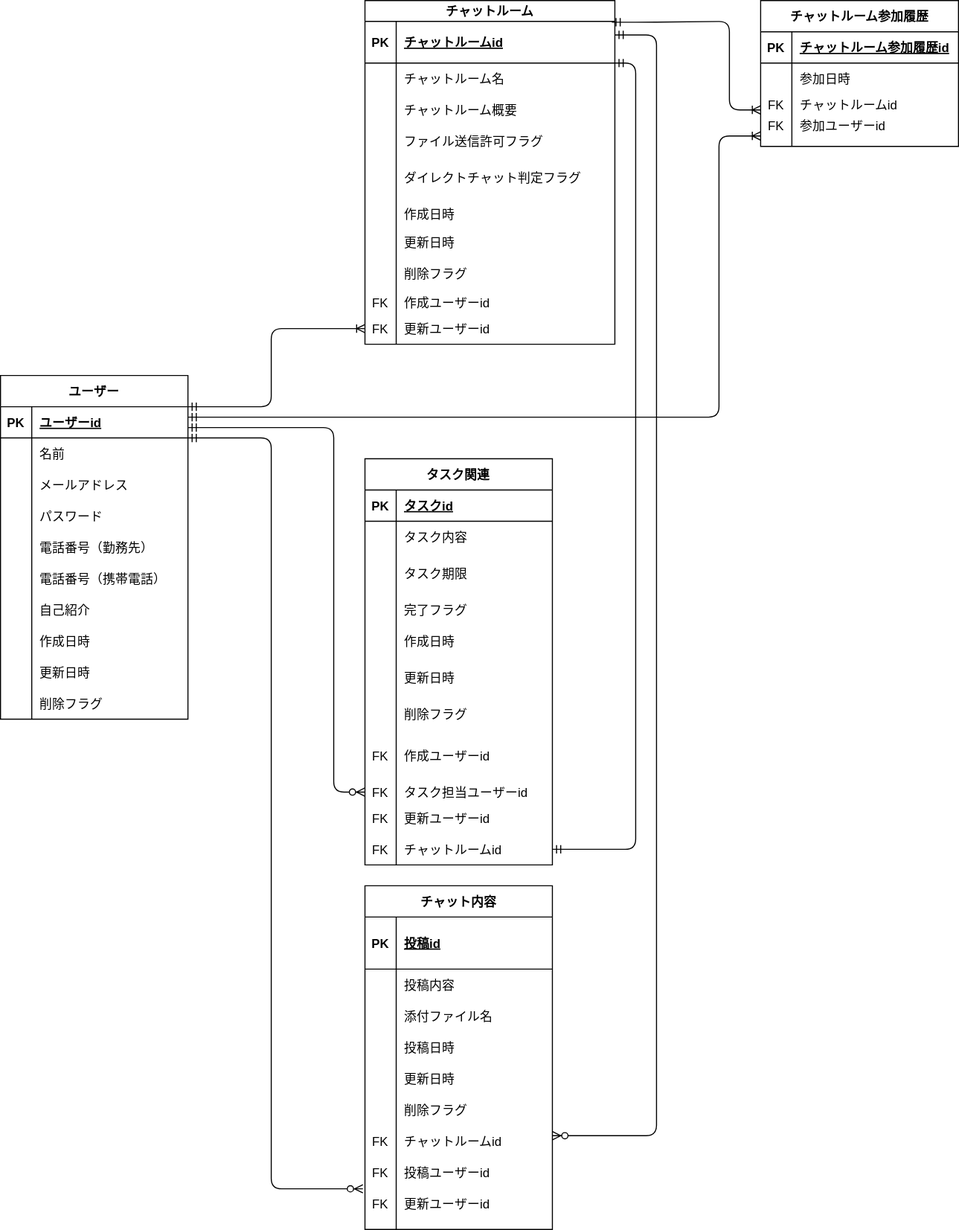
Before: db/db-challenge1/ERDiagram.drawio.svg, a diagram exported from draw.io (giyana/codegym-db). Source tidied: cells renumbered, new cells last; positions are measured from the earlier drawing's top-left corner, leaving out a move shared by most shapes.
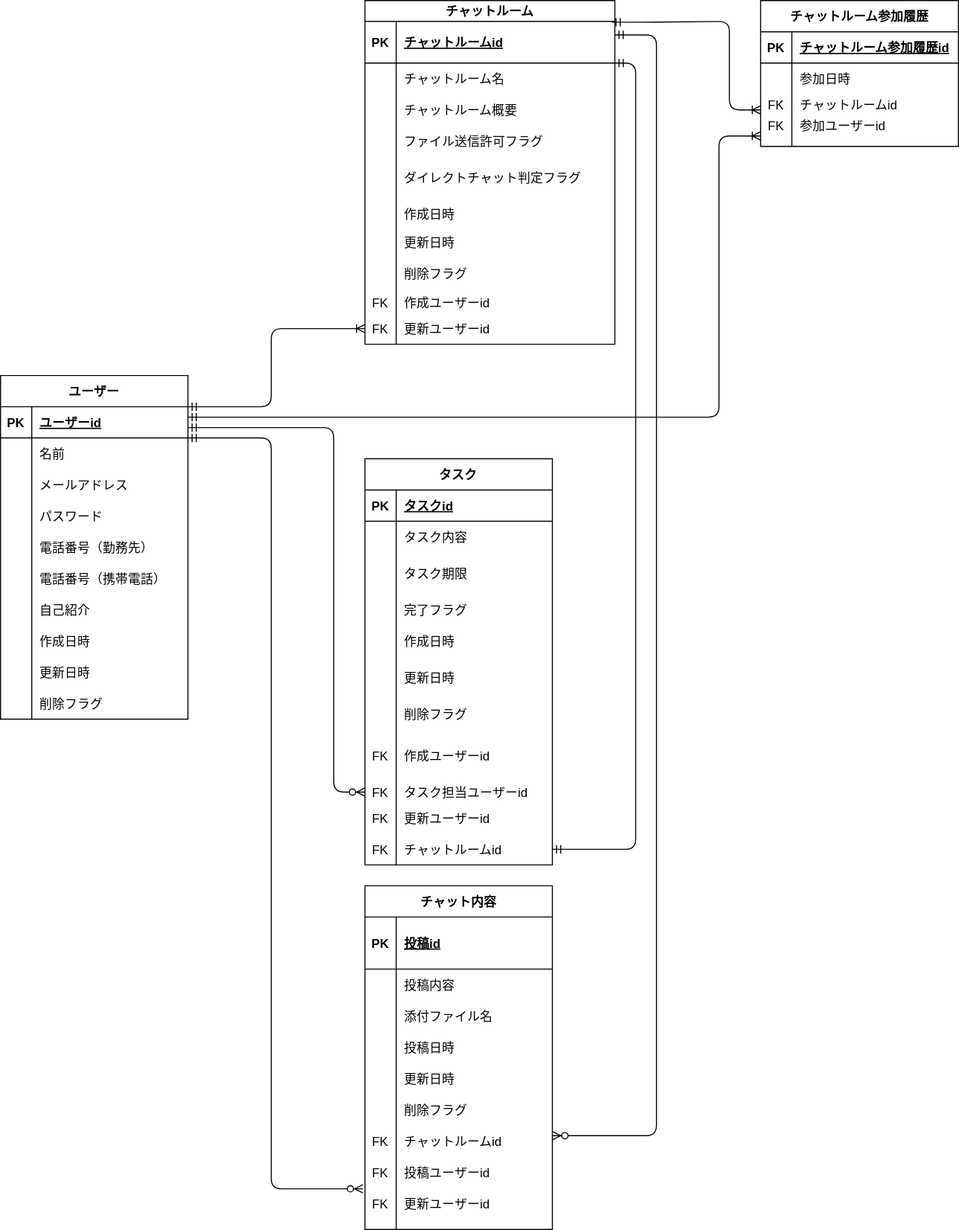
The same file after the commit.

What changed in the source:
```diff
@@ -179,7 +179,7 @@
     <mxCell id="60" value="更新ユーザーid" style="shape=partialRectangle;fillColor=none;top=0;left=0;bottom=0;right=0;align=left;spacingLeft=6;overflow=hidden;" parent="58" vertex="1">
       <mxGeometry x="30" width="150" height="30" as="geometry" />
     </mxCell>
-    <mxCell id="61" value="タスク関連" style="shape=table;startSize=30;rowLines=0;fontStyle=1;align=center;rounded=0;sketch=0;" parent="1" vertex="1">
+    <mxCell id="61" value="タスク" style="shape=table;startSize=30;rowLines=0;fontStyle=1;align=center;rounded=0;sketch=0;" parent="1" vertex="1">
       <mxGeometry x="350" y="440" width="180" height="390" as="geometry" />
     </mxCell>
     <mxCell id="62" style="shape=partialRectangle;fillColor=none;top=0;left=0;bottom=1;right=0;" parent="61" vertex="1">
```
